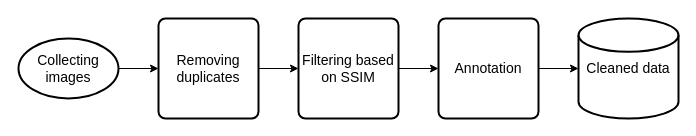
Above: page "data cleaning" (6 of 8) of docs/flawless-flowcharts.drawio in ponderbb/multitask-mayhem (draw.io), before the change. Source tidied: cells renumbered, new cells numbered last; positions are measured from the earlier drawing's top-left corner, leaving out a move shared by most shapes. Both pictures are drawn from the tidied source at 100%, with x=0, y=0 at pixel (18, 18).
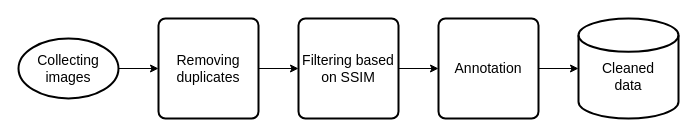
The same page after the edit.

Commit message (it also covers changes not shown here):
flowcharts and local stuff

What changed in the source:
```diff
@@
 <mxGraphModel>
   <root>
     <mxCell id="0" />
     <mxCell id="1" parent="0" />
     <mxCell id="2" style="edgeStyle=orthogonalEdgeStyle;rounded=0;jettySize=auto;html=1;exitX=1;exitY=0.5;exitDx=0;exitDy=0;fontSize=14;" parent="1" edge="1" source="3" target="7">
       <mxGeometry relative="1" as="geometry" />
     </mxCell>
     <mxCell id="3" value="Removing duplicates" style="rounded=1;whiteSpace=wrap;html=1;absoluteArcSize=1;arcSize=14;strokeWidth=2;fontSize=14;" parent="1" vertex="1">
       <mxGeometry x="140" width="100" height="100" as="geometry" />
     </mxCell>
     <mxCell id="4" style="edgeStyle=orthogonalEdgeStyle;rounded=0;jettySize=auto;html=1;exitX=1;exitY=0.5;exitDx=0;exitDy=0;exitPerimeter=0;fontSize=14;" parent="1" edge="1" source="5" target="3">
       <mxGeometry relative="1" as="geometry" />
     </mxCell>
     <mxCell id="5" value="Collecting images" style="strokeWidth=2;html=1;shape=mxgraph.flowchart.start_1;whiteSpace=wrap;fontSize=14;" parent="1" vertex="1">
       <mxGeometry y="20" width="100" height="60" as="geometry" />
     </mxCell>
     <mxCell id="6" style="edgeStyle=orthogonalEdgeStyle;rounded=0;jettySize=auto;html=1;exitX=1;exitY=0.5;exitDx=0;exitDy=0;entryX=0;entryY=0.5;entryDx=0;entryDy=0;fontSize=14;" parent="1" edge="1" source="7" target="9">
       <mxGeometry relative="1" as="geometry" />
     </mxCell>
     <mxCell id="7" value="Filtering based&lt;br style=&quot;font-size: 14px;&quot;&gt;on SSIM" style="rounded=1;whiteSpace=wrap;html=1;absoluteArcSize=1;arcSize=14;strokeWidth=2;fontSize=14;" parent="1" vertex="1">
       <mxGeometry x="280" width="100" height="100" as="geometry" />
     </mxCell>
     <mxCell id="8" style="edgeStyle=orthogonalEdgeStyle;rounded=0;jettySize=auto;html=1;exitX=1;exitY=0.5;exitDx=0;exitDy=0;entryX=0;entryY=0.5;entryDx=0;entryDy=0;entryPerimeter=0;fontSize=14;" parent="1" edge="1" source="9" target="10">
       <mxGeometry relative="1" as="geometry" />
     </mxCell>
     <mxCell id="9" value="Annotation" style="rounded=1;whiteSpace=wrap;html=1;absoluteArcSize=1;arcSize=14;strokeWidth=2;fontSize=14;" parent="1" vertex="1">
       <mxGeometry x="420" width="100" height="100" as="geometry" />
     </mxCell>
-    <mxCell id="10" value="Cleaned data" style="strokeWidth=2;html=1;shape=mxgraph.flowchart.database;whiteSpace=wrap;fontSize=14;" parent="1" vertex="1">
+    <mxCell id="10" value="&lt;br&gt;Cleaned&lt;br&gt;data" style="strokeWidth=2;html=1;shape=mxgraph.flowchart.database;whiteSpace=wrap;fontSize=14;" parent="1" vertex="1">
       <mxGeometry x="560" width="100" height="100" as="geometry" />
     </mxCell>
   </root>
 </mxGraphModel>
```
